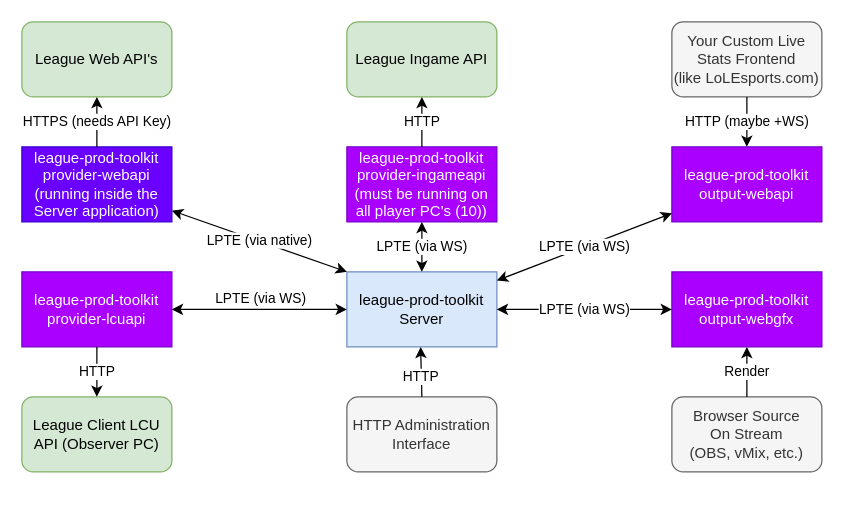
Above: Architecture.drawio in RCVolus/league-prod-toolkit (draw.io), before the change. Source tidied: cells renumbered, new cells numbered last; positions are measured from the earlier drawing's top-left corner, leaving out a move shared by most shapes. Both pictures are drawn from the tidied source at 125%, with x=0, y=0 at pixel (21, 21).
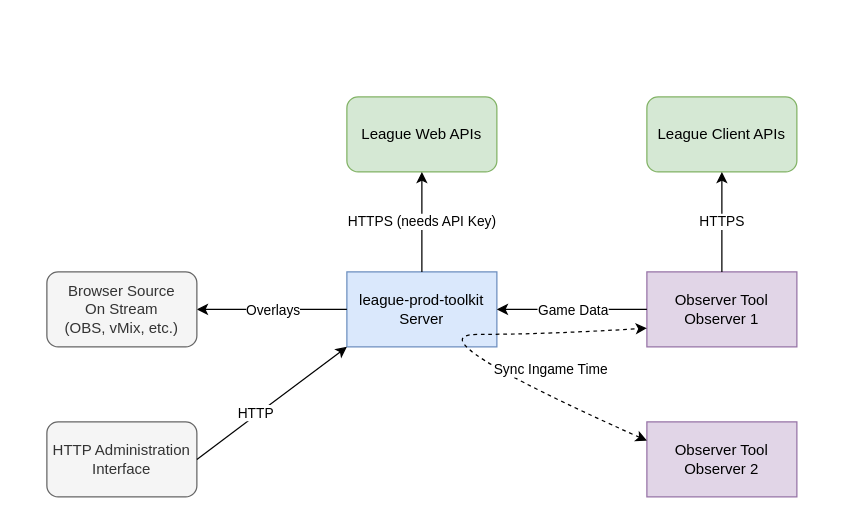
The same diagram, later.

The change refers to these unchanged cells:
```xml
<mxCell id="2" value="league-prod-toolkit&lt;br&gt;Server" style="rounded=0;whiteSpace=wrap;html=1;fillColor=#dae8fc;strokeColor=#6c8ebf;" parent="1" vertex="1">
  <mxGeometry x="260" y="200" width="120" height="60" as="geometry" />
</mxCell>
```

What changed in the source:
```diff
@@
     <mxCell id="3" value="HTTP Administration&lt;br&gt;Interface" style="rounded=1;whiteSpace=wrap;html=1;fillColor=#f5f5f5;strokeColor=#666666;fontColor=#333333;" parent="1" vertex="1">
-      <mxGeometry x="260" y="300" width="120" height="60" as="geometry" />
+      <mxGeometry x="20" y="320" width="120" height="60" as="geometry" />
     </mxCell>
-    <mxCell id="4" value="HTTP" style="endArrow=classic;html=1;exitX=0.5;exitY=0;exitDx=0;exitDy=0;" parent="1" edge="1" source="3">
-      <mxGeometry x="-0.2" y="1" relative="1" as="geometry">
-        <mxPoint x="319" y="260" as="targetPoint" />
-      </mxGeometry>
+    <mxCell id="4" value="HTTP" style="endArrow=classic;html=1;exitX=1;exitY=0.5;exitDx=0;exitDy=0;entryX=0;entryY=1;entryDx=0;entryDy=0;" parent="1" edge="1" source="3" target="2">
+      <mxGeometry x="-0.2" y="1" relative="1" as="geometry" />
     </mxCell>
-    <mxCell id="5" value="league-prod-toolkit&lt;br&gt;provider-lcuapi" style="rounded=0;whiteSpace=wrap;html=1;fillColor=#aa00ff;strokeColor=#7700CC;fontColor=#ffffff;" parent="1" vertex="1">
-      <mxGeometry y="200" width="120" height="60" as="geometry" />
-    </mxCell>
-    <mxCell id="6" value="League Client LCU&lt;br&gt;API (Observer PC)" style="rounded=1;whiteSpace=wrap;html=1;fillColor=#d5e8d4;strokeColor=#82b366;" parent="1" vertex="1">
-      <mxGeometry y="300" width="120" height="60" as="geometry" />
-    </mxCell>
-    <mxCell id="7" value="HTTP" style="endArrow=classic;html=1;exitX=0.5;exitY=1;exitDx=0;exitDy=0;" parent="1" edge="1" source="5" target="6">
-      <mxGeometry relative="1" as="geometry" />
-    </mxCell>
-    <mxCell id="8" style="endArrow=classic;startArrow=classic;html=1;exitX=1;exitY=0.5;exitDx=0;exitDy=0;entryX=0;entryY=0.5;entryDx=0;entryDy=0;" parent="1" edge="1" source="5" target="2">
-      <mxGeometry relative="1" as="geometry" />
-    </mxCell>
-    <mxCell id="9" value="LPTE (via WS)" style="edgeLabel;html=1;align=center;verticalAlign=middle;" parent="8" vertex="1">
-      <mxGeometry x="0.27" relative="1" as="geometry">
-        <mxPoint x="-19" y="-10" as="offset" />
-      </mxGeometry>
-    </mxCell>
-    <mxCell id="10" value="League Web API's" style="rounded=1;whiteSpace=wrap;html=1;fillColor=#d5e8d4;strokeColor=#82b366;" parent="1" vertex="1">
-      <mxGeometry width="120" height="60" as="geometry" />
+    <mxCell id="10" value="League Web APIs" style="rounded=1;whiteSpace=wrap;html=1;fillColor=#d5e8d4;strokeColor=#82b366;" parent="1" vertex="1">
+      <mxGeometry x="260" y="60" width="120" height="60" as="geometry" />
     </mxCell>
-    <mxCell id="11" value="league-prod-toolkit&lt;br&gt;provider-webapi&lt;br&gt;(running inside the Server application)" style="rounded=0;whiteSpace=wrap;html=1;fillColor=#6a00ff;strokeColor=#3700CC;fontColor=#ffffff;" parent="1" vertex="1">
-      <mxGeometry y="100" width="120" height="60" as="geometry" />
-    </mxCell>
-    <mxCell id="12" value="LPTE (via native)" style="endArrow=classic;startArrow=classic;html=1;entryX=0;entryY=0;entryDx=0;entryDy=0;" parent="1" edge="1" source="11" target="2">
-      <mxGeometry relative="1" as="geometry" />
-    </mxCell>
-    <mxCell id="13" value="HTTPS (needs API Key)" style="endArrow=classic;html=1;exitX=0.5;exitY=0;exitDx=0;exitDy=0;" parent="1" edge="1" source="11" target="10">
+    <mxCell id="13" value="HTTPS (needs API Key)" style="endArrow=classic;html=1;exitX=0.5;exitY=0;exitDx=0;exitDy=0;" parent="1" edge="1" source="2" target="10">
       <mxGeometry relative="1" as="geometry" />
     </mxCell>
-    <mxCell id="14" value="league-prod-toolkit&lt;br&gt;provider-ingameapi&lt;br&gt;(must be running on all player PC's (10))" style="rounded=0;whiteSpace=wrap;html=1;fillColor=#aa00ff;strokeColor=#7700CC;fontColor=#ffffff;" parent="1" vertex="1">
-      <mxGeometry x="260" y="100" width="120" height="60" as="geometry" />
-    </mxCell>
-    <mxCell id="15" value="LPTE (via WS)" style="endArrow=classic;startArrow=classic;html=1;" parent="1" edge="1" source="2" target="14">
-      <mxGeometry relative="1" as="geometry" />
-    </mxCell>
-    <mxCell id="16" value="League Ingame API" style="rounded=1;whiteSpace=wrap;html=1;fillColor=#d5e8d4;strokeColor=#82b366;" parent="1" vertex="1">
-      <mxGeometry x="260" width="120" height="60" as="geometry" />
-    </mxCell>
-    <mxCell id="17" value="HTTP" style="endArrow=classic;html=1;" parent="1" edge="1" source="14" target="16">
-      <mxGeometry relative="1" as="geometry" />
-    </mxCell>
-    <mxCell id="18" value="league-prod-toolkit&lt;br&gt;output-webgfx" style="rounded=0;whiteSpace=wrap;html=1;fillColor=#aa00ff;strokeColor=#7700CC;fontColor=#ffffff;" parent="1" vertex="1">
-      <mxGeometry x="520" y="200" width="120" height="60" as="geometry" />
-    </mxCell>
-    <mxCell id="19" value="LPTE (via WS)" style="endArrow=classic;startArrow=classic;html=1;" parent="1" edge="1" source="2" target="18">
-      <mxGeometry relative="1" as="geometry" />
-    </mxCell>
+    <mxCell id="27" style="rounded=0;jettySize=auto;html=1;exitX=0;exitY=0.5;exitDx=0;exitDy=0;entryX=1;entryY=0.5;entryDx=0;entryDy=0;" parent="1" edge="1" source="2" target="20">
+      <mxGeometry relative="1" as="geometry" />
+    </mxCell>
+    <mxCell id="28" value="Overlays" style="edgeLabel;html=1;align=center;verticalAlign=middle;" parent="27" vertex="1">
+      <mxGeometry x="-0.2" y="-2" relative="1" as="geometry">
+        <mxPoint x="-12" y="2" as="offset" />
+      </mxGeometry>
+    </mxCell>
     <mxCell id="20" value="Browser Source&lt;br&gt;On Stream&lt;br&gt;(OBS, vMix, etc.)" style="rounded=1;whiteSpace=wrap;html=1;fillColor=#f5f5f5;strokeColor=#666666;fontColor=#333333;" parent="1" vertex="1">
-      <mxGeometry x="520" y="300" width="120" height="60" as="geometry" />
+      <mxGeometry x="20" y="200" width="120" height="60" as="geometry" />
     </mxCell>
-    <mxCell id="21" value="Render" style="endArrow=classic;html=1;" parent="1" edge="1" source="20" target="18">
-      <mxGeometry relative="1" as="geometry" />
-    </mxCell>
-    <mxCell id="22" value="league-prod-toolkit&lt;br&gt;output-webapi" style="rounded=0;whiteSpace=wrap;html=1;fillColor=#aa00ff;strokeColor=#7700CC;fontColor=#ffffff;" parent="1" vertex="1">
-      <mxGeometry x="520" y="100" width="120" height="60" as="geometry" />
-    </mxCell>
-    <mxCell id="23" style="endArrow=classic;startArrow=classic;html=1;" parent="1" edge="1" source="2" target="22">
-      <mxGeometry relative="1" as="geometry" />
-    </mxCell>
-    <mxCell id="24" value="LPTE (via WS)" style="edgeLabel;html=1;align=center;verticalAlign=middle;" parent="23" vertex="1">
-      <mxGeometry x="-0.17" relative="1" as="geometry">
-        <mxPoint x="12.1" y="-4.7" as="offset" />
-      </mxGeometry>
-    </mxCell>
-    <mxCell id="25" value="Your Custom Live Stats Frontend&lt;br&gt;(like LoLEsports.com)" style="rounded=1;whiteSpace=wrap;html=1;fillColor=#f5f5f5;strokeColor=#666666;fontColor=#333333;" parent="1" vertex="1">
-      <mxGeometry x="520" width="120" height="60" as="geometry" />
-    </mxCell>
-    <mxCell id="26" value="HTTP (maybe +WS)" style="endArrow=classic;html=1;" parent="1" edge="1" source="25" target="22">
-      <mxGeometry relative="1" as="geometry" />
-    </mxCell>
+    <mxCell id="29" value="Observer Tool&lt;br&gt;Observer 1" style="rounded=0;whiteSpace=wrap;html=1;fillColor=#e1d5e7;strokeColor=#9673a6;" parent="1" vertex="1">
+      <mxGeometry x="500" y="200" width="120" height="60" as="geometry" />
+    </mxCell>
+    <mxCell id="30" value="League Client APIs" style="rounded=1;whiteSpace=wrap;html=1;fillColor=#d5e8d4;strokeColor=#82b366;" parent="1" vertex="1">
+      <mxGeometry x="500" y="60" width="120" height="60" as="geometry" />
+    </mxCell>
+    <mxCell id="31" value="HTTPS" style="endArrow=classic;html=1;exitX=0.5;exitY=0;exitDx=0;exitDy=0;entryX=0.5;entryY=1;entryDx=0;entryDy=0;" parent="1" edge="1" source="29" target="30">
+      <mxGeometry relative="1" as="geometry" />
+    </mxCell>
+    <mxCell id="32" value="Observer Tool&lt;br&gt;Observer 2" style="rounded=0;whiteSpace=wrap;html=1;fillColor=#e1d5e7;strokeColor=#9673a6;" parent="1" vertex="1">
+      <mxGeometry x="500" y="320" width="120" height="60" as="geometry" />
+    </mxCell>
+    <mxCell id="33" style="endArrow=classic;html=1;rounded=0;exitX=0;exitY=0.5;exitDx=0;exitDy=0;entryX=1;entryY=0.5;entryDx=0;entryDy=0;" parent="1" edge="1" source="29" target="2">
+      <mxGeometry relative="1" as="geometry" />
+    </mxCell>
+    <mxCell id="34" value="Game Data" style="edgeLabel;html=1;align=center;verticalAlign=middle;" parent="33" vertex="1">
+      <mxGeometry x="-0.17" y="-1" relative="1" as="geometry">
+        <mxPoint x="-10" y="1" as="offset" />
+      </mxGeometry>
+    </mxCell>
+    <mxCell id="35" style="curved=1;endArrow=classic;html=1;rounded=0;exitX=0;exitY=0.25;exitDx=0;exitDy=0;entryX=0;entryY=0.75;entryDx=0;entryDy=0;startArrow=classic;startFill=1;dashed=1;" parent="1" edge="1" source="32" target="29">
+      <mxGeometry relative="1" as="geometry">
+        <Array as="points">
+          <mxPoint x="310" y="250" />
+          <mxPoint x="420" y="250" />
+        </Array>
+      </mxGeometry>
+    </mxCell>
+    <mxCell id="36" value="Sync Ingame Time" style="edgeLabel;html=1;align=center;verticalAlign=middle;" parent="35" vertex="1">
+      <mxGeometry x="-0.77" relative="1" as="geometry">
+        <mxPoint x="-36" y="-39" as="offset" />
+      </mxGeometry>
+    </mxCell>
```
